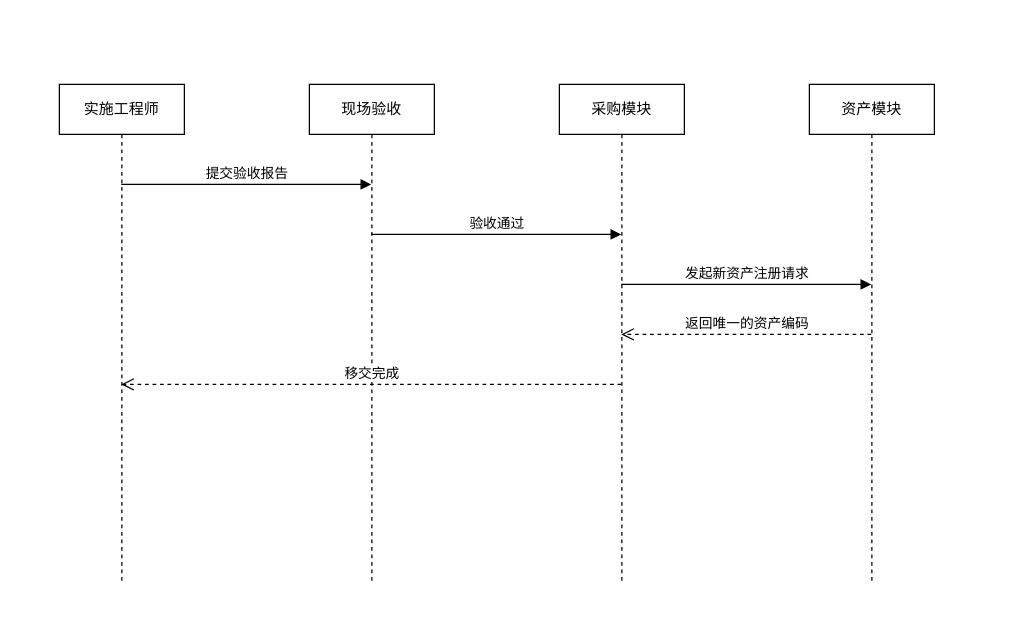
Before: work/final/验收移交顺序图.drawio in CoKoii/Study, a draw.io diagram. Source tidied: cells renumbered, new cells numbered last; positions are measured from the earlier drawing's top-left corner, leaving out a move shared by most shapes. Both pictures are drawn from the tidied source at 125%, with x=0, y=0 at pixel (59, 84).
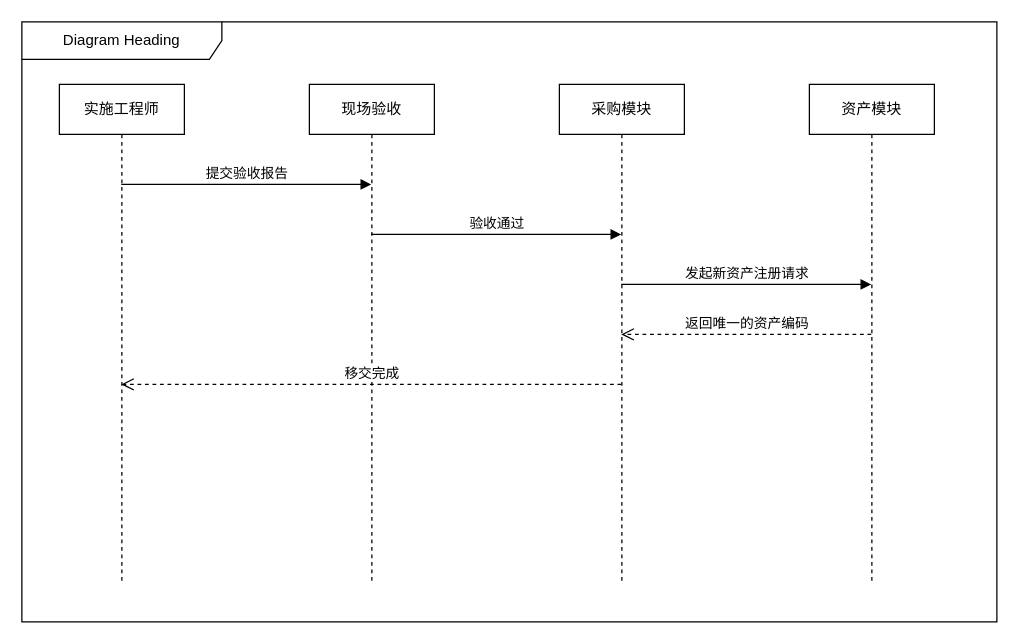
The same diagram, later.

The edit, as a diff of the source:
```diff
@@
 <mxGraphModel>
   <root>
     <mxCell id="0" />
     <mxCell id="1" parent="0" />
     <mxCell id="2" value="实施工程师" style="shape=umlLifeline;perimeter=lifelinePerimeter;whiteSpace=wrap;html=1;outlineConnect=0;" parent="1" vertex="1">
       <mxGeometry width="100" height="400" as="geometry" />
     </mxCell>
     <mxCell id="3" value="现场验收" style="shape=umlLifeline;perimeter=lifelinePerimeter;whiteSpace=wrap;html=1;outlineConnect=0;" parent="1" vertex="1">
       <mxGeometry x="200" width="100" height="400" as="geometry" />
     </mxCell>
     <mxCell id="4" value="采购模块" style="shape=umlLifeline;perimeter=lifelinePerimeter;whiteSpace=wrap;html=1;outlineConnect=0;" parent="1" vertex="1">
       <mxGeometry x="400" width="100" height="400" as="geometry" />
     </mxCell>
     <mxCell id="5" value="资产模块" style="shape=umlLifeline;perimeter=lifelinePerimeter;whiteSpace=wrap;html=1;outlineConnect=0;" parent="1" vertex="1">
       <mxGeometry x="600" width="100" height="400" as="geometry" />
     </mxCell>
     <mxCell id="6" value="提交验收报告" style="html=1;verticalAlign=bottom;endArrow=block;rounded=0;" parent="1" edge="1" source="2" target="3">
       <mxGeometry relative="1" as="geometry">
         <Array as="points">
           <mxPoint x="150" y="80" />
         </Array>
       </mxGeometry>
     </mxCell>
     <mxCell id="7" value="验收通过" style="html=1;verticalAlign=bottom;endArrow=block;rounded=0;" parent="1" edge="1" source="3" target="4">
       <mxGeometry relative="1" as="geometry">
         <Array as="points">
           <mxPoint x="350" y="120" />
         </Array>
       </mxGeometry>
     </mxCell>
     <mxCell id="8" value="发起新资产注册请求" style="html=1;verticalAlign=bottom;endArrow=block;rounded=0;" parent="1" edge="1" source="4" target="5">
       <mxGeometry relative="1" as="geometry">
         <Array as="points">
           <mxPoint x="550" y="160" />
         </Array>
       </mxGeometry>
     </mxCell>
     <mxCell id="9" value="返回唯一的资产编码" style="html=1;verticalAlign=bottom;endArrow=open;dashed=1;endSize=8;rounded=0;" parent="1" edge="1" source="5" target="4">
       <mxGeometry relative="1" as="geometry">
         <Array as="points">
           <mxPoint x="550" y="200" />
         </Array>
       </mxGeometry>
     </mxCell>
     <mxCell id="10" value="移交完成" style="html=1;verticalAlign=bottom;endArrow=open;dashed=1;endSize=8;rounded=0;" parent="1" edge="1" source="4" target="2">
       <mxGeometry relative="1" as="geometry">
         <Array as="points">
           <mxPoint x="250" y="240" />
         </Array>
       </mxGeometry>
     </mxCell>
+    <mxCell id="11" value="Diagram Heading" style="shape=umlFrame;whiteSpace=wrap;html=1;width=160;" parent="1" vertex="1">
+      <mxGeometry x="-30" y="-50" width="780" height="480" as="geometry" />
+    </mxCell>
   </root>
 </mxGraphModel>
```
